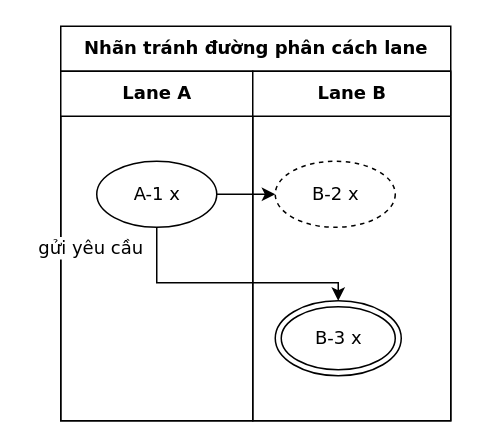
Before: conformance/golden/optimize/cases-58-label-lane-separator.drawio in luytbq/flowcast, a draw.io diagram. Source tidied: cells renumbered, new cells numbered last; positions are measured from the earlier drawing's top-left corner, leaving out a move shared by most shapes. Both pictures are drawn from the tidied source at 150%, with x=0, y=0 at pixel (60, 26).
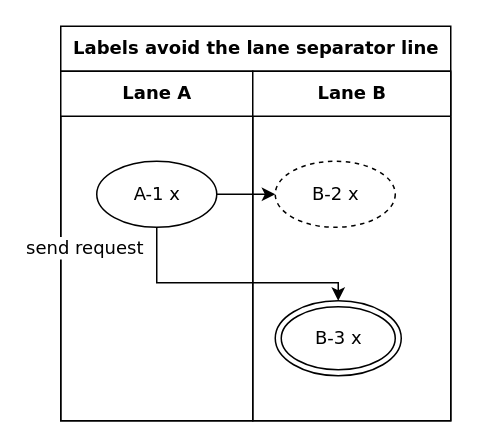
The same page after the edit.

Change to the diagram source:
```diff
@@
 <mxGraphModel>
   <root>
     <mxCell id="0" />
     <mxCell id="1" parent="0" />
-    <mxCell id="2" value="Nhãn tránh đường phân cách lane" style="swimlane;html=1;startSize=30;fontStyle=1;fontFamily=Verdana;fontSize=12;flowtable=1;" parent="1" vertex="1">
+    <mxCell id="2" value="Labels avoid the lane separator line" style="swimlane;html=1;startSize=30;fontStyle=1;fontFamily=Verdana;fontSize=12;flowtable=1;" parent="1" vertex="1">
       <mxGeometry width="260" height="263" as="geometry" />
     </mxCell>
     <mxCell id="3" value="Lane A" style="swimlane;html=1;startSize=30;fontFamily=Verdana;fontSize=12;flowtable=1;" parent="2" vertex="1">
       <mxGeometry y="30" width="128" height="233" as="geometry" />
     </mxCell>
     <mxCell id="4" value="Lane B" style="swimlane;html=1;startSize=30;fontFamily=Verdana;fontSize=12;flowtable=1;" parent="2" vertex="1">
       <mxGeometry x="128" y="30" width="132" height="233" as="geometry" />
     </mxCell>
     <mxCell id="5" value="A-1 x" style="ellipse;html=1;fontFamily=Verdana;fontSize=12;flowtable=1;" parent="3" vertex="1">
       <mxGeometry x="24" y="60" width="80" height="44" as="geometry" />
     </mxCell>
     <mxCell id="6" value="B-2 x" style="ellipse;html=1;dashed=1;fontFamily=Verdana;fontSize=12;flowtable=1;" parent="4" vertex="1">
       <mxGeometry x="15" y="60" width="80" height="44" as="geometry" />
     </mxCell>
     <mxCell id="7" value="B-3 x" style="shape=doubleEllipse;html=1;fontFamily=Verdana;fontSize=12;flowtable=1;" parent="4" vertex="1">
       <mxGeometry x="15" y="153" width="84" height="50" as="geometry" />
     </mxCell>
     <mxCell id="8" style="edgeStyle=orthogonalEdgeStyle;rounded=0;jettySize=auto;html=1;labelBackgroundColor=default;exitX=1;exitY=0.5;exitDx=0;exitDy=0;entryX=0;entryY=0.5;entryDx=0;entryDy=0;fontFamily=Verdana;fontSize=12;flowtable=1;" parent="2" edge="1" source="5" target="6">
       <mxGeometry relative="1" as="geometry" />
     </mxCell>
-    <mxCell id="9" value="gửi yêu cầu" style="edgeStyle=orthogonalEdgeStyle;rounded=0;jettySize=auto;html=1;labelBackgroundColor=default;exitX=0.5;exitY=1;exitDx=0;exitDy=0;entryX=0.5;entryY=0;entryDx=0;entryDy=0;fontFamily=Verdana;fontSize=12;flowtable=1;" parent="2" edge="1" source="5" target="7">
+    <mxCell id="9" value="send request" style="edgeStyle=orthogonalEdgeStyle;rounded=0;jettySize=auto;html=1;labelBackgroundColor=default;exitX=0.5;exitY=1;exitDx=0;exitDy=0;entryX=0.5;entryY=0;entryDx=0;entryDy=0;fontFamily=Verdana;fontSize=12;flowtable=1;" parent="2" edge="1" source="5" target="7">
       <mxGeometry x="-0.83" relative="1" as="geometry">
         <Array as="points">
           <mxPoint x="64" y="171" />
           <mxPoint x="185" y="171" />
         </Array>
-        <mxPoint x="-44" as="offset" />
+        <mxPoint x="-48.1" as="offset" />
       </mxGeometry>
     </mxCell>
   </root>
 </mxGraphModel>
```
